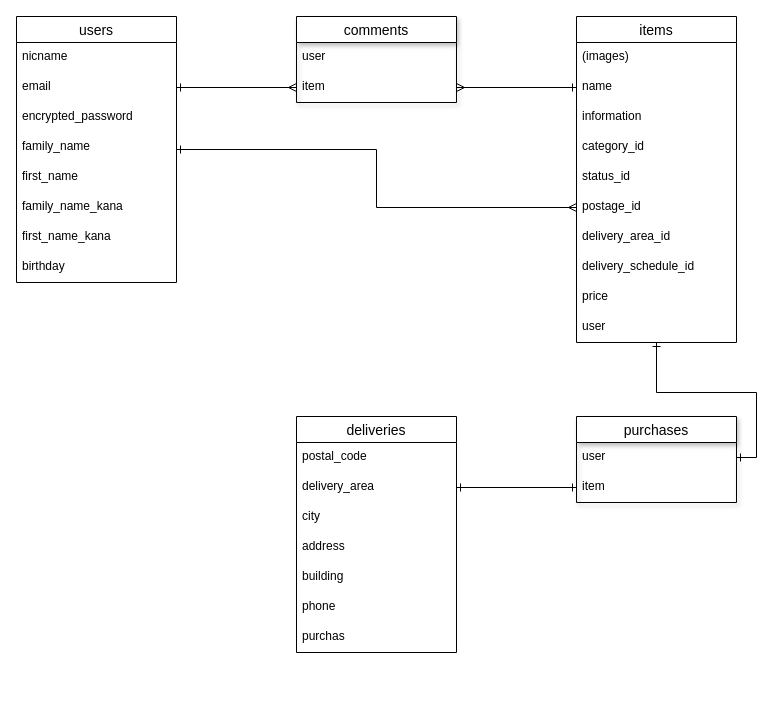
The draw.io diagram furima.dio in toyamasatoru/furima-36407, before the edit. Source tidied: cells renumbered, new cells numbered last; positions are measured from the earlier drawing's top-left corner, leaving out a move shared by most shapes. Both pictures are drawn from the tidied source at 100%, with x=0, y=0 at pixel (16, 16).
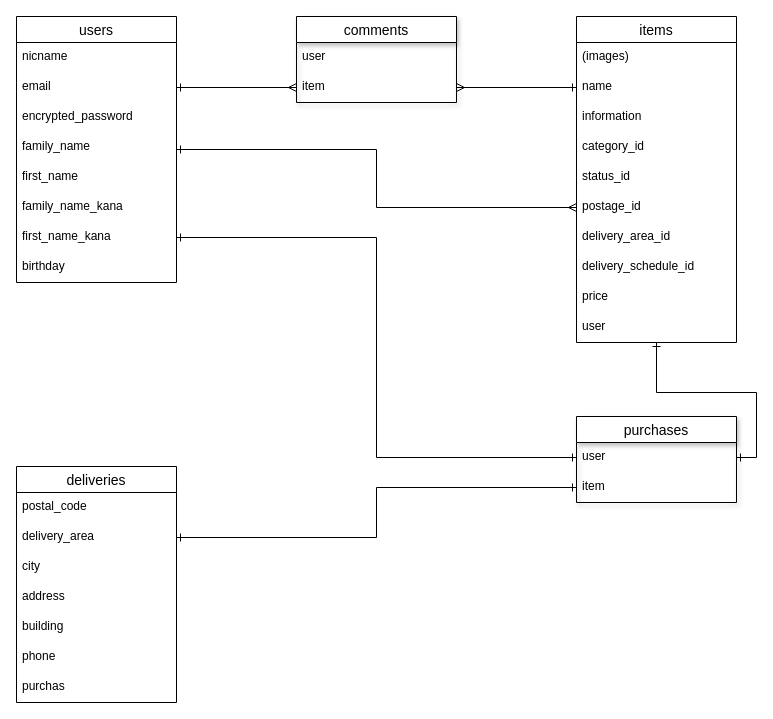
The same page after the edit.

The change refers to these unchanged cells:
```xml
<mxCell id="10" value="first_name_kana" style="text;strokeColor=none;fillColor=none;spacingLeft=4;spacingRight=4;overflow=hidden;points=[[0,0.5],[1,0.5]];portConstraint=eastwest;fontSize=12;" parent="3" vertex="1">
  <mxGeometry y="206" width="160" height="30" as="geometry" />
</mxCell>
<mxCell id="36" value="user" style="text;strokeColor=none;fillColor=none;spacingLeft=4;spacingRight=4;overflow=hidden;points=[[0,0.5],[1,0.5]];portConstraint=eastwest;fontSize=12;" parent="35" vertex="1">
  <mxGeometry y="26" width="160" height="30" as="geometry" />
</mxCell>
```

Change to the diagram source:
```diff
@@
     <mxCell id="24" value="deliveries" style="swimlane;fontStyle=0;horizontal=1;startSize=26;align=center;fontSize=14;rounded=0;" parent="1" vertex="1">
-      <mxGeometry x="280" y="400" width="160" height="236" as="geometry" />
+      <mxGeometry y="450" width="160" height="236" as="geometry" />
     </mxCell>
@@
+    <mxCell id="41" style="edgeStyle=orthogonalEdgeStyle;rounded=0;jettySize=auto;html=1;entryX=0;entryY=0.5;entryDx=0;entryDy=0;endArrow=ERone;endFill=0;startArrow=ERone;startFill=0;" parent="1" edge="1" source="10" target="36">
+      <mxGeometry relative="1" as="geometry" />
+    </mxCell>
```
